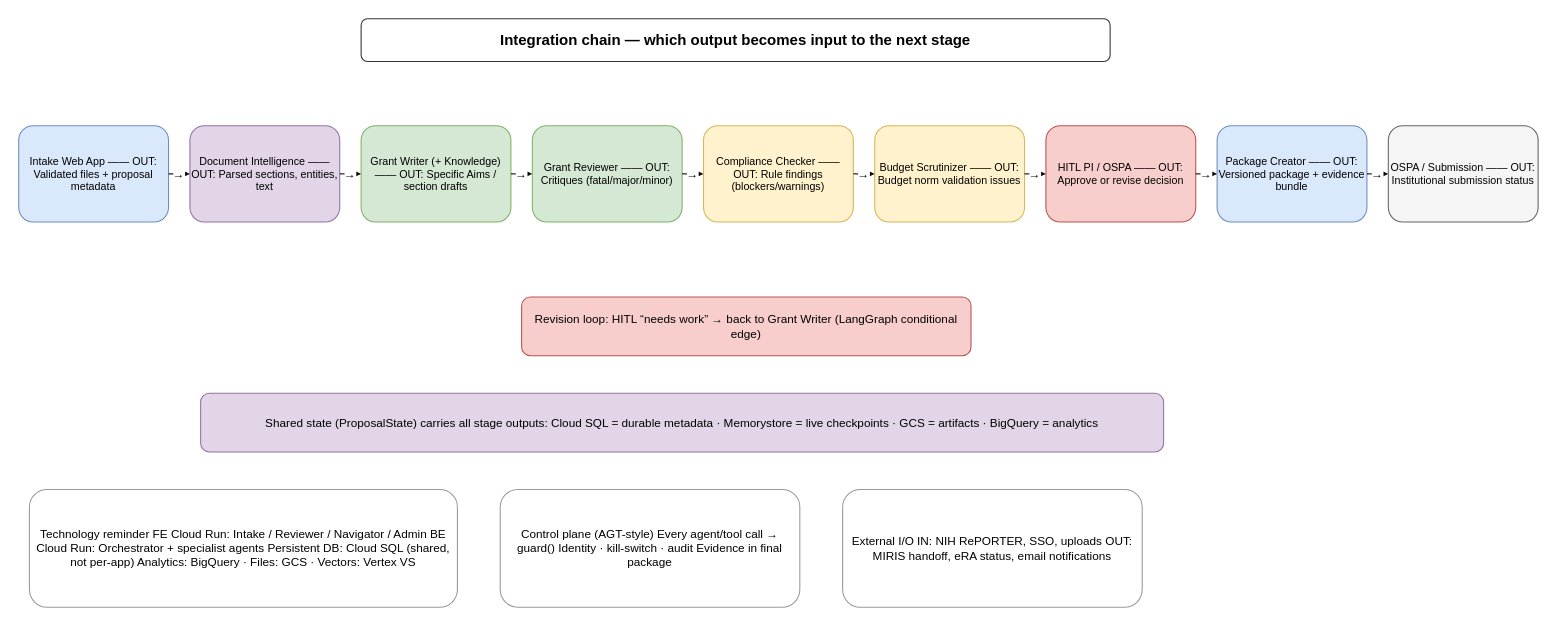
Above: docs/architecture-considerations/ea-integration-flows.drawio in YPCC/grant-agent-lab (draw.io), before the change. Source tidied: cells renumbered, new cells numbered last; positions are measured from the earlier drawing's top-left corner, leaving out a move shared by most shapes. Both pictures are drawn from the tidied source at 107%, with x=0, y=0 at pixel (18, 18).
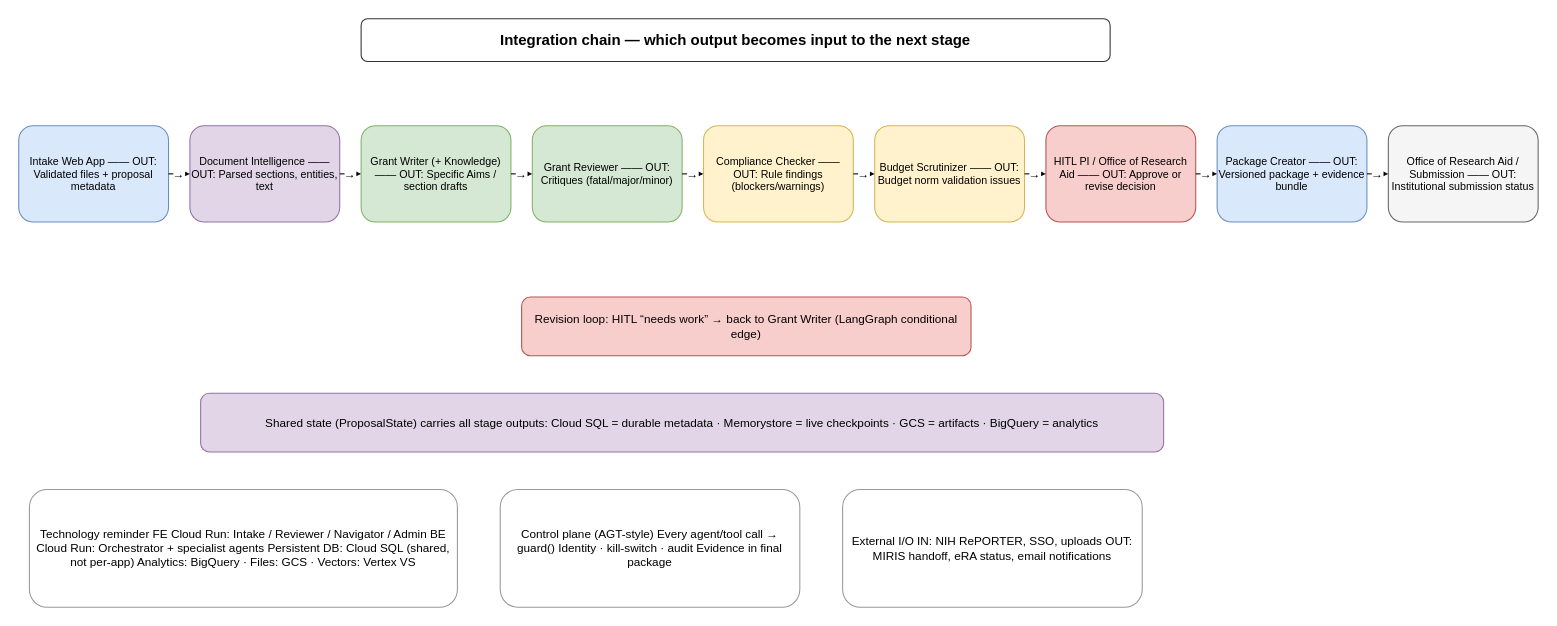
After the change.

What changed in the source:
```diff
@@
-    <mxCell id="9" value="HITL&amp;#xa;PI / OSPA&amp;#xa;——&amp;#xa;OUT: Approve or&amp;#xa;revise decision" style="fillColor=#f8cecc;strokeColor=#b85450;rounded=1;fontSize=10;html=1;whiteSpace=wrap;" parent="1" vertex="1">
+    <mxCell id="9" value="HITL&amp;#xa;PI / Office of Research Aid&amp;#xa;——&amp;#xa;OUT: Approve or&amp;#xa;revise decision" style="fillColor=#f8cecc;strokeColor=#b85450;rounded=1;fontSize=10;html=1;whiteSpace=wrap;" parent="1" vertex="1">
       <mxGeometry x="960" y="100" width="140" height="90" as="geometry" />
     </mxCell>
@@
-    <mxCell id="11" value="OSPA /&amp;#xa;Submission&amp;#xa;——&amp;#xa;OUT: Institutional&amp;#xa;submission status" style="fillColor=#f5f5f5;strokeColor=#666666;rounded=1;fontSize=10;html=1;whiteSpace=wrap;" parent="1" vertex="1">
+    <mxCell id="11" value="Office of Research Aid /&amp;#xa;Submission&amp;#xa;——&amp;#xa;OUT: Institutional&amp;#xa;submission status" style="fillColor=#f5f5f5;strokeColor=#666666;rounded=1;fontSize=10;html=1;whiteSpace=wrap;" parent="1" vertex="1">
       <mxGeometry x="1280" y="100" width="140" height="90" as="geometry" />
     </mxCell>
```
